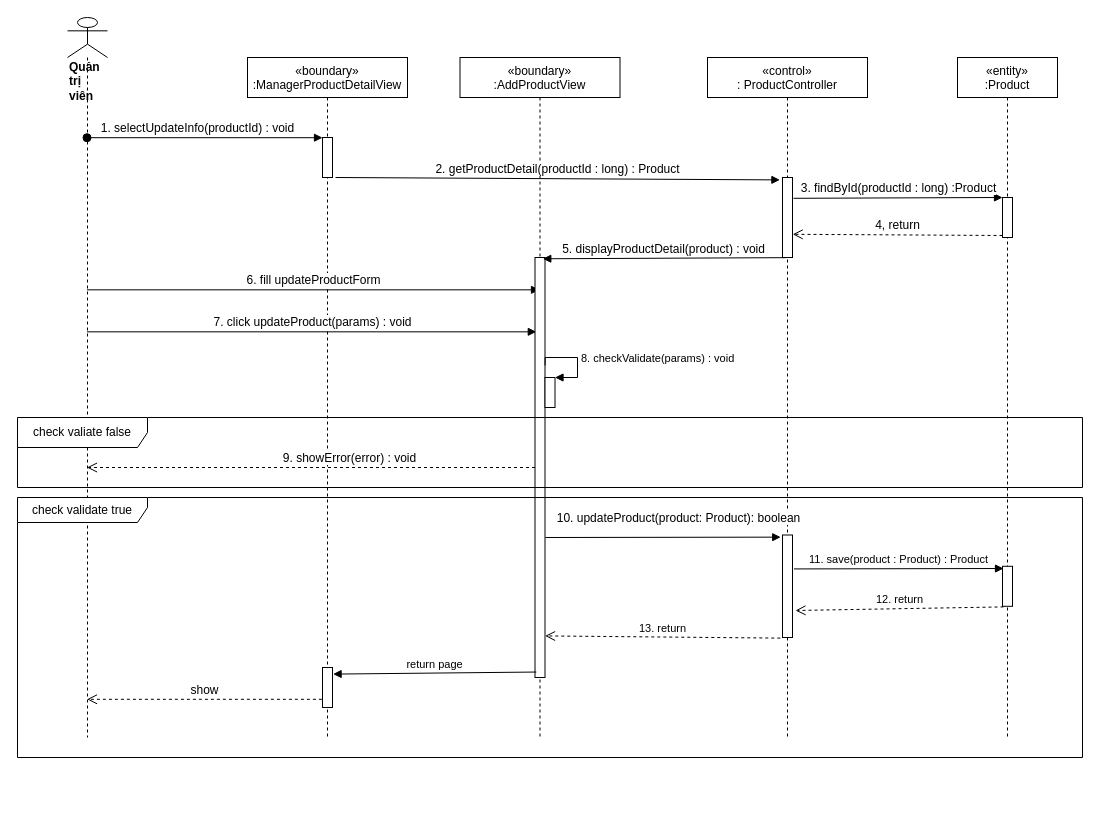
Above: sequence diagram/update-oldProduct-manager-sequence.drawio in nguyenphamvan/datn_20202 (draw.io), before the change. Source tidied: cells renumbered, new cells numbered last; positions are measured from the earlier drawing's top-left corner, leaving out a move shared by most shapes. Both pictures are drawn from the tidied source at 100%, with x=0, y=0 at pixel (17, 17).
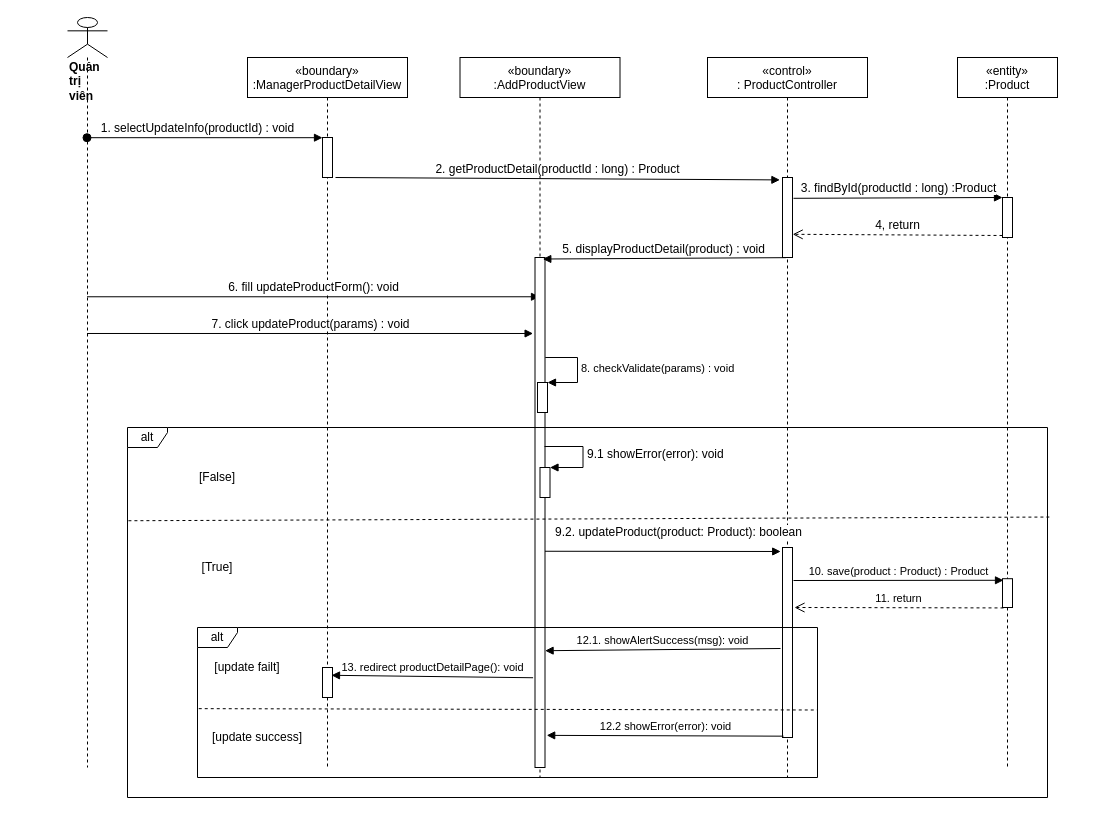
After the change.

The edit, as a diff of the source:
```diff
@@
     <mxCell id="2" value="«boundary»&#10;:ManagerProductDetailView" style="shape=umlLifeline;perimeter=lifelinePerimeter;rounded=0;shadow=0;strokeWidth=1;" parent="1" vertex="1">
-      <mxGeometry x="230" y="40" width="160" height="680" as="geometry" />
+      <mxGeometry x="230" y="40" width="160" height="710" as="geometry" />
     </mxCell>
@@
     <mxCell id="4" value="«control»&#10;: ProductController" style="shape=umlLifeline;perimeter=lifelinePerimeter;rounded=0;shadow=0;strokeWidth=1;" parent="1" vertex="1">
-      <mxGeometry x="690" y="40" width="160" height="680" as="geometry" />
+      <mxGeometry x="690" y="40" width="160" height="720" as="geometry" />
     </mxCell>
     <mxCell id="5" value="&lt;div&gt;&lt;b&gt;Quản trị viên&lt;/b&gt;&lt;/div&gt;" style="shape=umlLifeline;participant=umlActor;perimeter=lifelinePerimeter;whiteSpace=wrap;html=1;verticalAlign=top;spacingTop=36;outlineConnect=0;align=left;size=40;" parent="1" vertex="1">
-      <mxGeometry x="50" width="40" height="720" as="geometry" />
+      <mxGeometry x="50" width="40" height="750" as="geometry" />
     </mxCell>
@@
     <mxCell id="7" value="«entity»&#10;:Product" style="shape=umlLifeline;perimeter=lifelinePerimeter;rounded=0;shadow=0;strokeWidth=1;" parent="1" vertex="1">
-      <mxGeometry x="940" y="40" width="100" height="680" as="geometry" />
+      <mxGeometry x="940" y="40" width="100" height="710" as="geometry" />
     </mxCell>
     <mxCell id="8" style="points=[];perimeter=orthogonalPerimeter;rounded=0;shadow=0;strokeWidth=1;" parent="7" vertex="1">
-      <mxGeometry x="45" y="508.8" width="10" height="40" as="geometry" />
+      <mxGeometry x="45" y="521.2" width="10" height="28.8" as="geometry" />
     </mxCell>
-    <mxCell id="9" value="11. save(product : Product) : Product" style="html=1;verticalAlign=bottom;endArrow=block;entryX=0.1;entryY=0.055;entryDx=0;entryDy=0;entryPerimeter=0;exitX=1.14;exitY=0.331;exitDx=0;exitDy=0;exitPerimeter=0;" parent="1" edge="1" source="13" target="8">
-      <mxGeometry relative="1" as="geometry" />
+    <mxCell id="9" value="10. save(product : Product) : Product" style="html=1;verticalAlign=bottom;endArrow=block;entryX=0.1;entryY=0.055;entryDx=0;entryDy=0;entryPerimeter=0;" parent="1" edge="1" target="8">
+      <mxGeometry relative="1" as="geometry">
+        <mxPoint x="776" y="563" as="sourcePoint" />
+      </mxGeometry>
     </mxCell>
-    <mxCell id="10" value="12. return" style="html=1;verticalAlign=bottom;endArrow=open;dashed=1;endSize=8;exitX=0.1;exitY=1.015;exitDx=0;exitDy=0;exitPerimeter=0;" parent="1" edge="1" source="8">
+    <mxCell id="10" value="11. return" style="html=1;verticalAlign=bottom;endArrow=open;dashed=1;endSize=8;exitX=0.1;exitY=1.015;exitDx=0;exitDy=0;exitPerimeter=0;" parent="1" edge="1" source="8">
       <mxGeometry relative="1" as="geometry">
-        <mxPoint x="778" y="593" as="targetPoint" />
+        <mxPoint x="777" y="590" as="targetPoint" />
       </mxGeometry>
     </mxCell>
-    <mxCell id="11" value="&lt;font style=&quot;font-size: 12px&quot;&gt;6. fill updateProductForm&lt;/font&gt;" style="html=1;verticalAlign=bottom;endArrow=block;entryX=0.45;entryY=0.077;entryDx=0;entryDy=0;entryPerimeter=0;" parent="1" edge="1" source="5" target="16">
+    <mxCell id="11" value="&lt;font style=&quot;font-size: 12px&quot;&gt;6. fill updateProductForm(): void&lt;/font&gt;" style="html=1;verticalAlign=bottom;endArrow=block;entryX=0.45;entryY=0.077;entryDx=0;entryDy=0;entryPerimeter=0;" parent="1" edge="1" source="5" target="16">
       <mxGeometry relative="1" as="geometry" />
     </mxCell>
-    <mxCell id="12" value="&lt;font style=&quot;font-size: 12px&quot;&gt;7. click updateProduct(params) : void&lt;/font&gt;" style="html=1;verticalAlign=bottom;endArrow=block;entryX=0.13;entryY=0.177;entryDx=0;entryDy=0;entryPerimeter=0;" parent="1" edge="1" source="5" target="16">
+    <mxCell id="12" value="&lt;font style=&quot;font-size: 12px&quot;&gt;7. click updateProduct(params) : void&lt;/font&gt;" style="html=1;verticalAlign=bottom;endArrow=block;entryX=-0.19;entryY=0.149;entryDx=0;entryDy=0;entryPerimeter=0;" parent="1" edge="1" source="5" target="16">
       <mxGeometry relative="1" as="geometry" />
     </mxCell>
     <mxCell id="13" style="points=[];perimeter=orthogonalPerimeter;rounded=0;shadow=0;strokeWidth=1;" parent="1" vertex="1">
-      <mxGeometry x="765" y="517.5" width="10" height="102.5" as="geometry" />
+      <mxGeometry x="765" y="530" width="10" height="190" as="geometry" />
     </mxCell>
-    <mxCell id="14" value="&lt;font style=&quot;font-size: 12px&quot;&gt;10. updateProduct(product: Product): boolean&lt;/font&gt;" style="html=1;verticalAlign=bottom;endArrow=block;entryX=-0.18;entryY=0.021;entryDx=0;entryDy=0;entryPerimeter=0;" parent="1" edge="1" target="13">
-      <mxGeometry x="0.13" y="10" relative="1" as="geometry">
-        <mxPoint x="528" y="520" as="sourcePoint" />
-      </mxGeometry>
+    <mxCell id="14" value="&lt;font style=&quot;font-size: 12px&quot;&gt;9.2. updateProduct(product: Product): boolean&lt;/font&gt;" style="html=1;verticalAlign=bottom;endArrow=block;entryX=-0.18;entryY=0.021;entryDx=0;entryDy=0;entryPerimeter=0;exitX=0.93;exitY=0.576;exitDx=0;exitDy=0;exitPerimeter=0;" parent="1" edge="1" source="16" target="13">
+      <mxGeometry x="0.13" y="10" relative="1" as="geometry" />
     </mxCell>
     <mxCell id="15" value="«boundary»&#10;:AddProductView" style="shape=umlLifeline;perimeter=lifelinePerimeter;rounded=0;shadow=0;strokeWidth=1;" parent="1" vertex="1">
-      <mxGeometry x="442.5" y="40" width="160" height="680" as="geometry" />
+      <mxGeometry x="442.5" y="40" width="160" height="720" as="geometry" />
     </mxCell>
     <mxCell id="16" style="points=[];perimeter=orthogonalPerimeter;rounded=0;shadow=0;strokeWidth=1;" parent="15" vertex="1">
-      <mxGeometry x="75" y="200" width="10" height="420" as="geometry" />
+      <mxGeometry x="75" y="200" width="10" height="510" as="geometry" />
     </mxCell>
+    <mxCell id="32" style="html=1;points=[];perimeter=orthogonalPerimeter;" parent="15" vertex="1">
+      <mxGeometry x="80" y="410" width="10" height="30" as="geometry" />
+    </mxCell>
+    <mxCell id="33" value="&lt;span style=&quot;font-size: 12px ; text-align: center&quot;&gt;9.1 showError(error): void&lt;/span&gt;" style="edgeStyle=orthogonalEdgeStyle;html=1;align=left;spacingLeft=2;endArrow=block;rounded=0;entryX=1;entryY=0;" parent="15" edge="1" target="32">
+      <mxGeometry relative="1" as="geometry">
+        <mxPoint x="84.5" y="389" as="sourcePoint" />
+        <Array as="points">
+          <mxPoint x="123" y="389" />
+          <mxPoint x="123" y="410" />
+        </Array>
+      </mxGeometry>
+    </mxCell>
@@
     <mxCell id="18" style="html=1;points=[];perimeter=orthogonalPerimeter;" parent="1" vertex="1">
-      <mxGeometry x="527.5" y="360" width="10" height="30" as="geometry" />
+      <mxGeometry x="520" y="365" width="10" height="30" as="geometry" />
     </mxCell>
-    <mxCell id="19" value="8. checkValidate(params) : void" style="edgeStyle=orthogonalEdgeStyle;html=1;align=left;spacingLeft=2;endArrow=block;rounded=0;entryX=1;entryY=0;exitX=1.01;exitY=0.257;exitDx=0;exitDy=0;exitPerimeter=0;" parent="1" edge="1" source="16" target="18">
+    <mxCell id="19" value="8. checkValidate(params) : void" style="edgeStyle=orthogonalEdgeStyle;html=1;align=left;spacingLeft=2;endArrow=block;rounded=0;entryX=1;entryY=0;" parent="1" edge="1" target="18">
       <mxGeometry relative="1" as="geometry">
+        <mxPoint x="530" y="340" as="sourcePoint" />
         <Array as="points">
+          <mxPoint x="528" y="340" />
           <mxPoint x="560" y="340" />
-          <mxPoint x="560" y="360" />
+          <mxPoint x="560" y="365" />
         </Array>
       </mxGeometry>
     </mxCell>
-    <mxCell id="20" value="&lt;font style=&quot;font-size: 12px&quot;&gt;9. showError(error) : void&lt;/font&gt;" style="html=1;verticalAlign=bottom;endArrow=open;dashed=1;endSize=8;" parent="1" edge="1" source="16" target="5">
-      <mxGeometry x="-0.17" relative="1" as="geometry" />
-    </mxCell>
-    <mxCell id="21" value="check valiate false" style="shape=umlFrame;whiteSpace=wrap;html=1;width=130;height=30;" parent="1" vertex="1">
-      <mxGeometry y="400" width="1065" height="70" as="geometry" />
+    <mxCell id="21" value="alt" style="shape=umlFrame;whiteSpace=wrap;html=1;width=40;height=20;" parent="1" vertex="1">
+      <mxGeometry x="110" y="410" width="920" height="370" as="geometry" />
     </mxCell>
-    <mxCell id="22" value="13. return" style="html=1;verticalAlign=bottom;endArrow=open;dashed=1;endSize=8;exitX=-0.22;exitY=1.006;exitDx=0;exitDy=0;exitPerimeter=0;entryX=1.01;entryY=0.901;entryDx=0;entryDy=0;entryPerimeter=0;" parent="1" edge="1" source="13" target="16">
-      <mxGeometry relative="1" as="geometry" />
-    </mxCell>
-    <mxCell id="23" value="check validate true" style="shape=umlFrame;whiteSpace=wrap;html=1;width=130;height=25;" parent="1" vertex="1">
-      <mxGeometry y="480" width="1065" height="260" as="geometry" />
+    <mxCell id="23" value="alt" style="shape=umlFrame;whiteSpace=wrap;html=1;width=40;height=20;" parent="1" vertex="1">
+      <mxGeometry x="180" y="610" width="620" height="150" as="geometry" />
     </mxCell>
@@
     <mxCell id="29" style="html=1;points=[];perimeter=orthogonalPerimeter;fontSize=12;" parent="1" vertex="1">
-      <mxGeometry x="305" y="650" width="10" height="40" as="geometry" />
+      <mxGeometry x="305" y="650" width="10" height="30" as="geometry" />
     </mxCell>
-    <mxCell id="30" value="&lt;span style=&quot;font-size: 11px&quot;&gt;return page&lt;/span&gt;" style="html=1;verticalAlign=bottom;endArrow=block;fontSize=12;entryX=1.06;entryY=0.165;entryDx=0;entryDy=0;entryPerimeter=0;exitX=0.13;exitY=0.987;exitDx=0;exitDy=0;exitPerimeter=0;" parent="1" edge="1" source="16" target="29">
+    <mxCell id="30" value="&lt;span style=&quot;font-size: 11px&quot;&gt;13. redirect productDetailPage(): void&lt;/span&gt;" style="html=1;verticalAlign=bottom;endArrow=block;fontSize=12;entryX=0.9;entryY=0.26;entryDx=0;entryDy=0;entryPerimeter=0;exitX=-0.19;exitY=0.824;exitDx=0;exitDy=0;exitPerimeter=0;" parent="1" edge="1" source="16" target="29">
       <mxGeometry relative="1" as="geometry" />
     </mxCell>
-    <mxCell id="31" value="show" style="html=1;verticalAlign=bottom;endArrow=open;dashed=1;endSize=8;fontSize=12;exitX=-0.06;exitY=0.795;exitDx=0;exitDy=0;exitPerimeter=0;" parent="1" edge="1" source="29" target="5">
-      <mxGeometry relative="1" as="geometry" />
-    </mxCell>
+    <mxCell id="34" value="12.1. showAlertSuccess(msg): void" style="html=1;verticalAlign=bottom;endArrow=block;entryX=1.01;entryY=0.771;entryDx=0;entryDy=0;entryPerimeter=0;" parent="1" edge="1" target="16">
+      <mxGeometry relative="1" as="geometry">
+        <mxPoint x="763" y="631" as="sourcePoint" />
+      </mxGeometry>
+    </mxCell>
+    <mxCell id="22" value="12.2 showError(error): void" style="html=1;verticalAlign=bottom;endArrow=block;exitX=0.1;exitY=0.993;exitDx=0;exitDy=0;exitPerimeter=0;entryX=1.17;entryY=0.937;entryDx=0;entryDy=0;entryPerimeter=0;" parent="1" edge="1" source="13" target="16">
+      <mxGeometry relative="1" as="geometry" />
+    </mxCell>
+    <mxCell id="35" style="endArrow=none;dashed=1;html=1;exitX=0.002;exitY=0.541;exitDx=0;exitDy=0;exitPerimeter=0;entryX=0.999;entryY=0.55;entryDx=0;entryDy=0;entryPerimeter=0;" parent="1" edge="1" source="23" target="23">
+      <mxGeometry relative="1" as="geometry" />
+    </mxCell>
+    <mxCell id="36" style="endArrow=none;dashed=1;html=1;exitX=0.001;exitY=0.252;exitDx=0;exitDy=0;exitPerimeter=0;entryX=1.002;entryY=0.242;entryDx=0;entryDy=0;entryPerimeter=0;" parent="1" edge="1" source="21" target="21">
+      <mxGeometry relative="1" as="geometry" />
+    </mxCell>
+    <mxCell id="37" value="[False]" style="text;html=1;strokeColor=none;fillColor=none;align=center;verticalAlign=middle;whiteSpace=wrap;rounded=0;" parent="1" vertex="1">
+      <mxGeometry x="180" y="450" width="40" height="20" as="geometry" />
+    </mxCell>
+    <mxCell id="38" value="[True]" style="text;html=1;strokeColor=none;fillColor=none;align=center;verticalAlign=middle;whiteSpace=wrap;rounded=0;" parent="1" vertex="1">
+      <mxGeometry x="180" y="540" width="40" height="20" as="geometry" />
+    </mxCell>
+    <mxCell id="39" value="[update failt]" style="text;html=1;strokeColor=none;fillColor=none;align=center;verticalAlign=middle;whiteSpace=wrap;rounded=0;" parent="1" vertex="1">
+      <mxGeometry x="190" y="640" width="80" height="20" as="geometry" />
+    </mxCell>
+    <mxCell id="40" value="[update success]" style="text;html=1;strokeColor=none;fillColor=none;align=center;verticalAlign=middle;whiteSpace=wrap;rounded=0;" parent="1" vertex="1">
+      <mxGeometry x="190" y="710" width="100" height="20" as="geometry" />
+    </mxCell>
```
